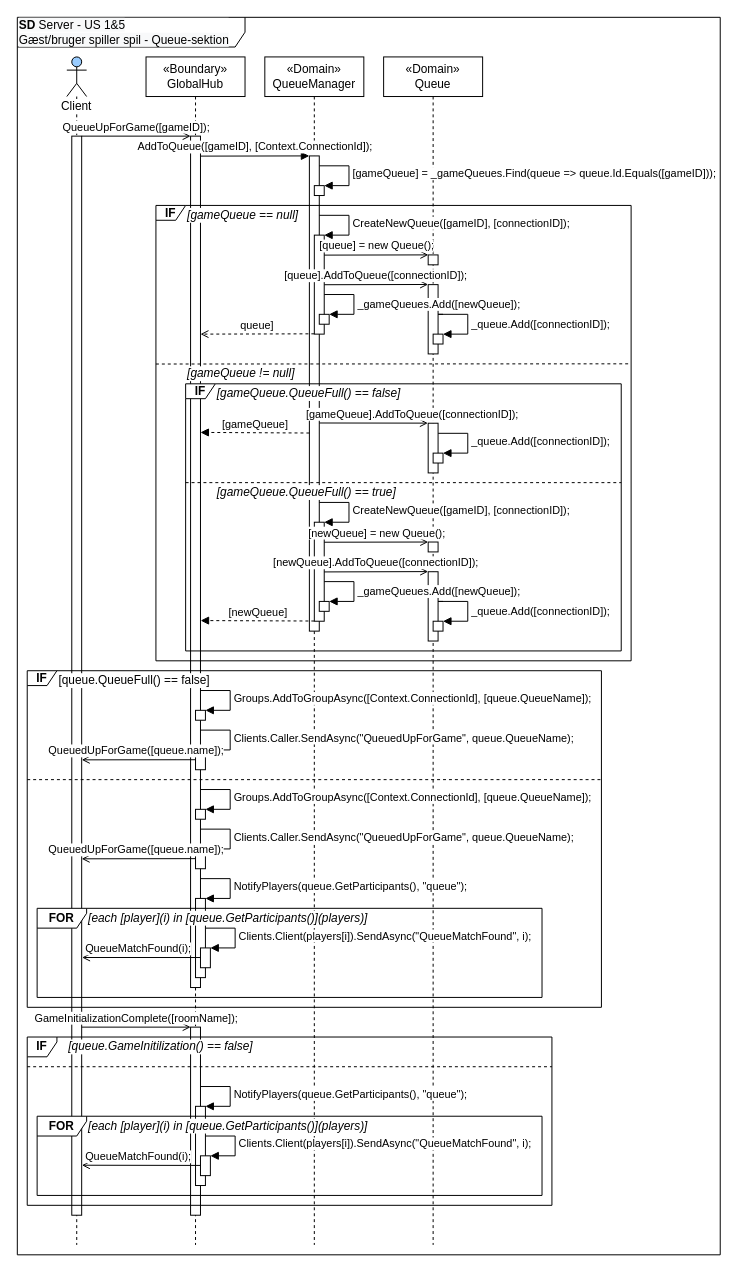
Above: page "SD-Server-queue" (3 of 4) of diagrams/arkitektur/US1&5_spil.drawio in Macradon/I7BAC-PlugNPlay (draw.io), before the change. Source tidied: cells renumbered, new cells numbered last; positions are measured from the earlier drawing's top-left corner, leaving out a move shared by most shapes. Both pictures are drawn from the tidied source at 99%, with x=0, y=0 at pixel (17, 17).
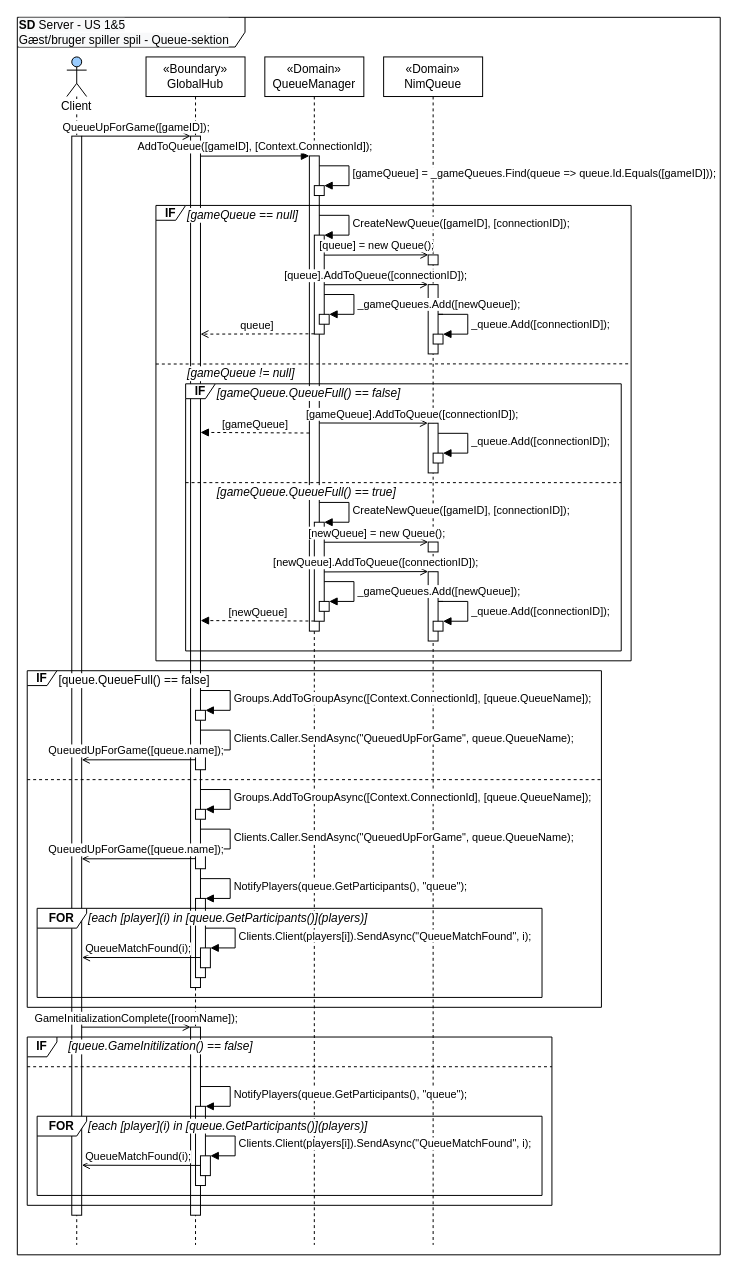
After the change.

The edit, as a diff of the source:
```diff
@@
-    <mxCell id="5" value="«Domain»&lt;br&gt;Queue" style="shape=umlLifeline;perimeter=lifelinePerimeter;whiteSpace=wrap;html=1;labelBackgroundColor=#ffffff;fillColor=#FFFFFF;" parent="1" vertex="1">
+    <mxCell id="5" value="«Domain»&lt;br&gt;NimQueue" style="shape=umlLifeline;perimeter=lifelinePerimeter;whiteSpace=wrap;html=1;labelBackgroundColor=#ffffff;fillColor=#FFFFFF;" parent="1" vertex="1">
       <mxGeometry x="370" y="40" width="100" height="1200" as="geometry" />
     </mxCell>
```
